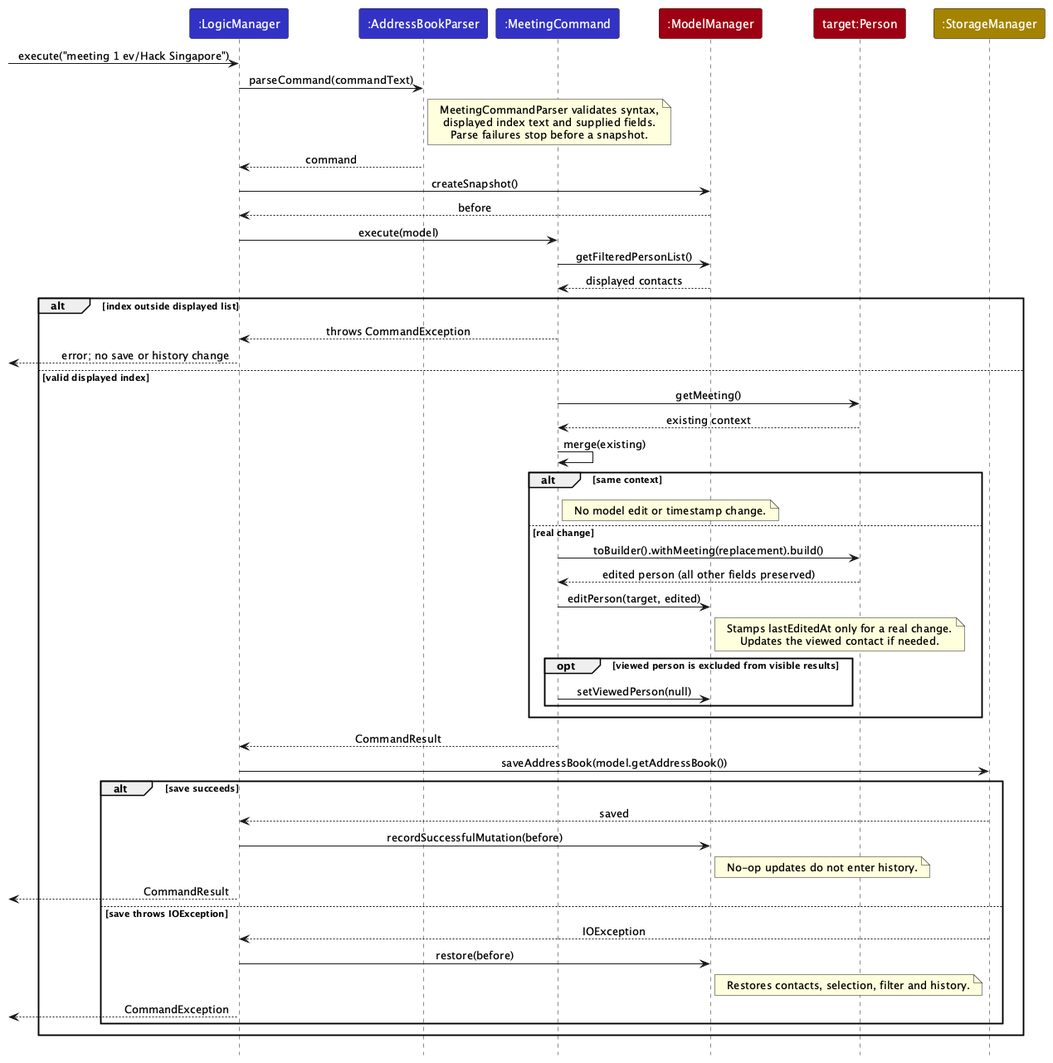
Above: docs/images/MeetingUpdateSequenceDiagram.png in AY2627S1-CS2103T-W12-2/tp (PlantUML), before the change.
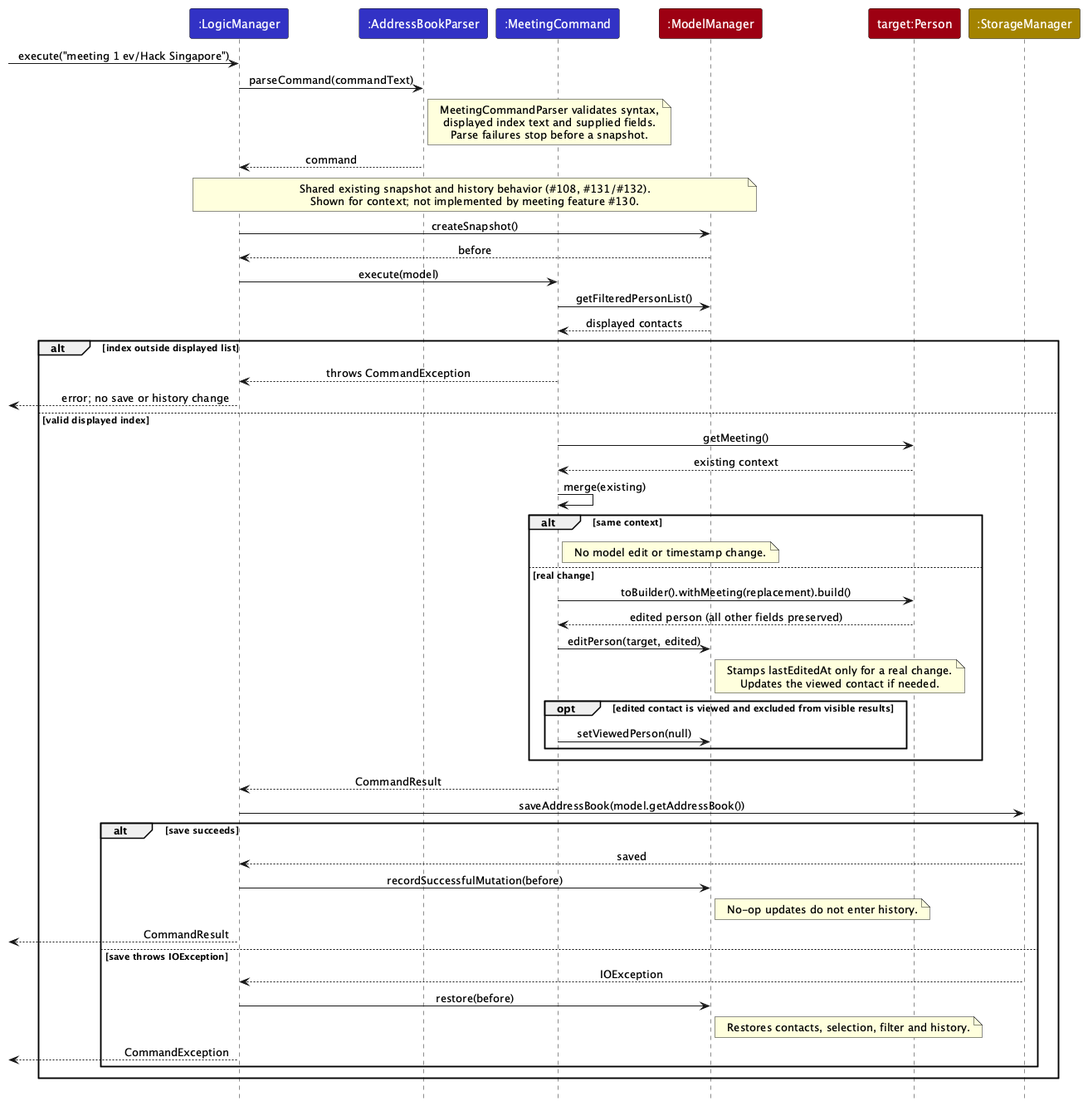
After the change.

What changed in the source:
```diff
@@ -18,6 +18,10 @@
   Parse failures stop before a snapshot.
 end note
 Parser --> Logic : command
+note over Logic, Model
+  Shared existing snapshot and history behavior (#108, #131/#132).
+  Shown for context; not implemented by meeting feature #130.
+end note
 Logic -> Model : createSnapshot()
 Model --> Logic : before
 Logic -> Command : execute(model)
@@ -40,7 +44,7 @@
           Stamps lastEditedAt only for a real change.
           Updates the viewed contact if needed.
         end note
-        opt viewed person is excluded from visible results
+        opt edited contact is viewed and excluded from visible results
         Command -> Model : setViewedPerson(null)
     end
     end
```
